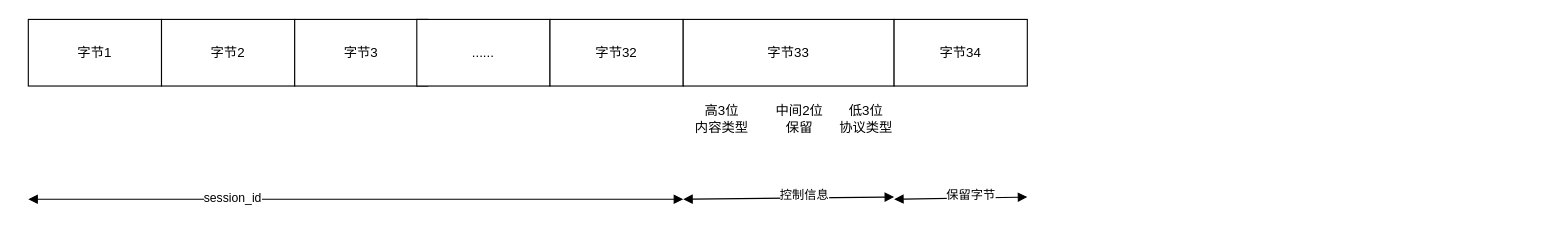
This is Untitled Diagram.drawio from mqzhifu/drawpic, a draw.io file, before an edit. Source tidied: cells renumbered, new cells numbered last; positions are measured from the earlier drawing's top-left corner, leaving out a move shared by most shapes. Both pictures are drawn from the tidied source at 111%, with x=0, y=0 at pixel (28, 19).
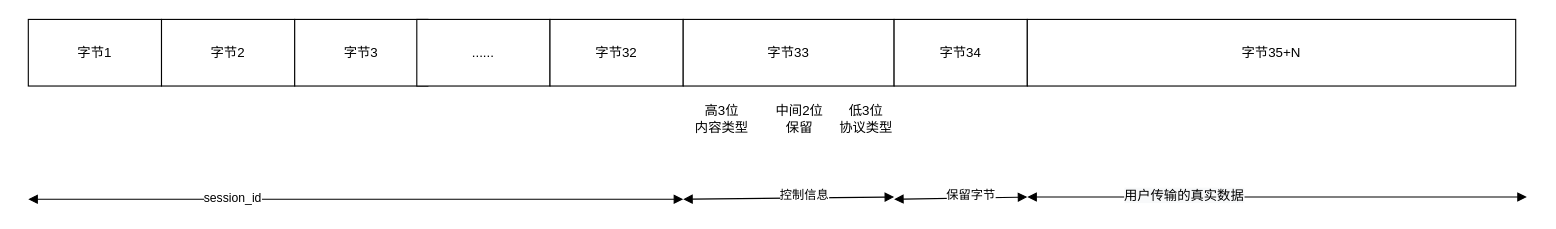
Above is the later version.

Change to the diagram source:
```diff
@@
+    <mxCell id="18" value="字节35+N" style="rounded=0;whiteSpace=wrap;html=1;" parent="1" vertex="1">
+      <mxGeometry x="900" width="440" height="60" as="geometry" />
+    </mxCell>
+    <mxCell id="19" style="endArrow=block;startArrow=block;endFill=1;startFill=1;html=1;" parent="1" edge="1">
+      <mxGeometry relative="1" as="geometry">
+        <mxPoint x="900" y="160" as="sourcePoint" />
+        <mxPoint x="1350" y="160" as="targetPoint" />
+      </mxGeometry>
+    </mxCell>
+    <mxCell id="20" value="&lt;span style=&quot;font-size: 12px ; background-color: rgb(248 , 249 , 250)&quot;&gt;用户传输的真实数据&lt;/span&gt;" style="edgeLabel;html=1;align=center;verticalAlign=middle;" parent="19" vertex="1">
+      <mxGeometry x="-0.38" y="2" relative="1" as="geometry" />
+    </mxCell>
```
